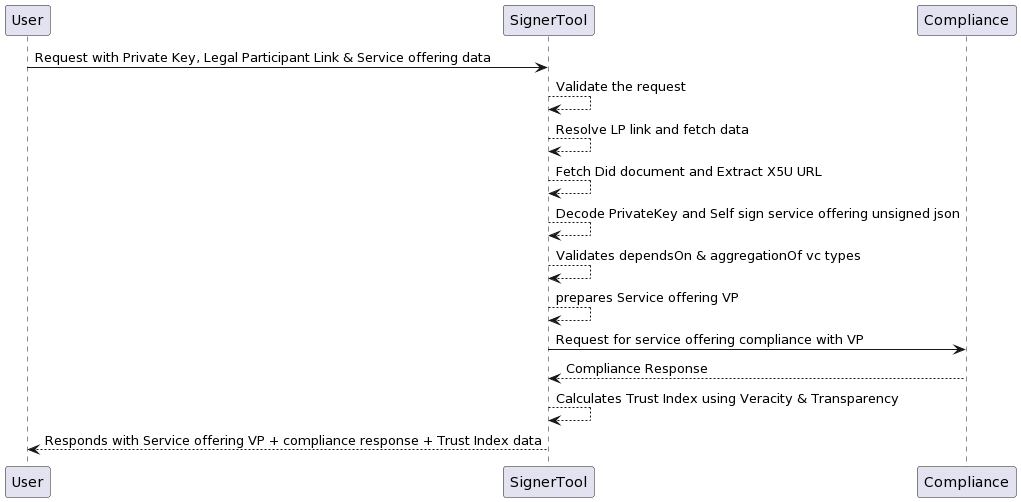
Before: docs/create-service-offering.png, a diagram exported from PlantUML (smartSenseSolutions/gaia-x-signer-tool).
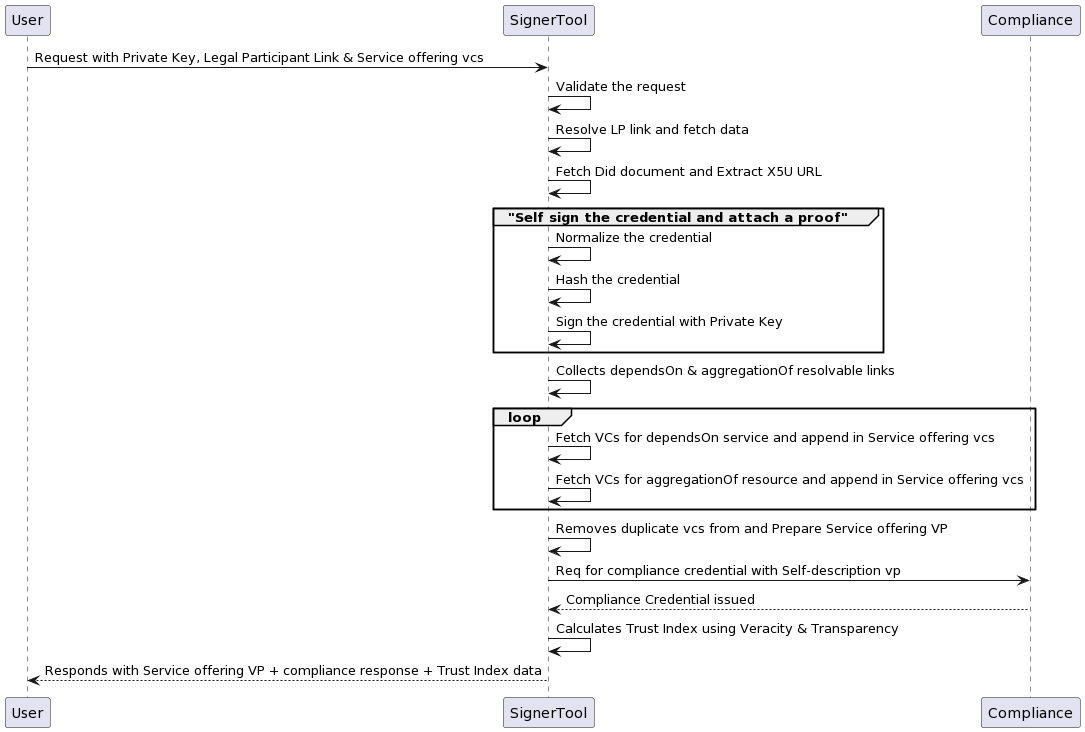
The same file after the commit.

Commit message:
fix: service offering and label level sequence diagrams updated

What changed in the source:
```diff
@@ -1,14 +1,25 @@
 @startuml
-User -> SignerTool: Request with Private Key, Legal Participant Link & Service offering data
-SignerTool --> SignerTool: Validate the request
-SignerTool --> SignerTool: Resolve LP link and fetch data
-SignerTool --> SignerTool: Fetch Did document and Extract X5U URL
-SignerTool --> SignerTool: Decode PrivateKey and Self sign service offering unsigned json
-SignerTool --> SignerTool: Validates dependsOn & aggregationOf vc types
-SignerTool --> SignerTool: prepares Service offering VP
-SignerTool -> Compliance: Request for service offering compliance with VP
+User -> SignerTool: Request with Private Key, Legal Participant Link & Service offering vcs
+SignerTool -> SignerTool: Validate the request
+SignerTool -> SignerTool: Resolve LP link and fetch data
+SignerTool -> SignerTool: Fetch Did document and Extract X5U URL
 
-Compliance --> SignerTool: Compliance Response
-SignerTool --> SignerTool: Calculates Trust Index using Veracity & Transparency
+group "Self sign the credential and attach a proof"
+SignerTool -> SignerTool: Normalize the credential
+SignerTool -> SignerTool: Hash the credential
+SignerTool -> SignerTool: Sign the credential with Private Key
+end
+
+SignerTool -> SignerTool: Collects dependsOn & aggregationOf resolvable links
+
+loop
+SignerTool -> SignerTool: Fetch VCs for dependsOn service and append in Service offering vcs
+SignerTool -> SignerTool: Fetch VCs for aggregationOf resource and append in Service offering vcs
+end
+
+SignerTool -> SignerTool: Removes duplicate vcs from and Prepare Service offering VP
+SignerTool -> Compliance: Req for compliance credential with Self-description vp
+Compliance --> SignerTool: Compliance Credential issued
+SignerTool -> SignerTool: Calculates Trust Index using Veracity & Transparency
 SignerTool --> User: Responds with Service offering VP + compliance response + Trust Index data
 @enduml
```
